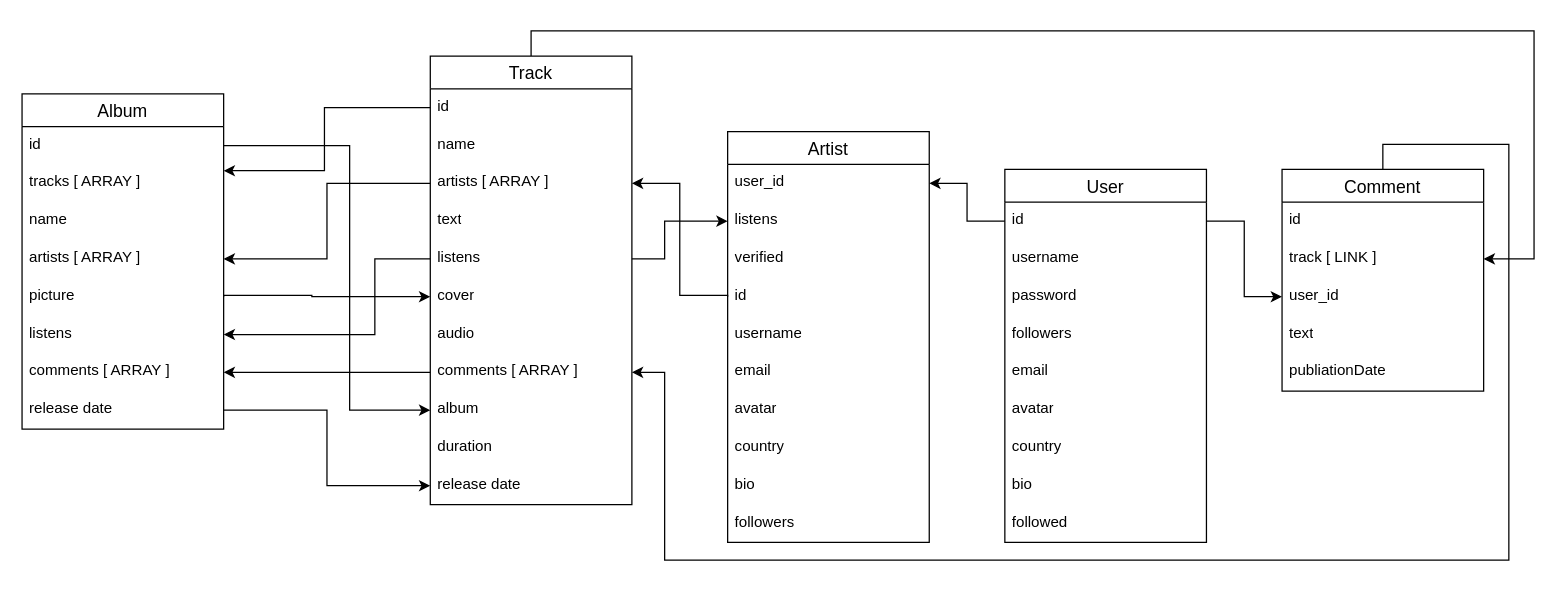
The draw.io diagram server/music-playground.drawio in Lordpluha/spotify-clone, before the edit. Source tidied: cells renumbered, new cells numbered last; positions are measured from the earlier drawing's top-left corner, leaving out a move shared by most shapes. Both pictures are drawn from the tidied source at 126%, with x=0, y=0 at pixel (21, 30).
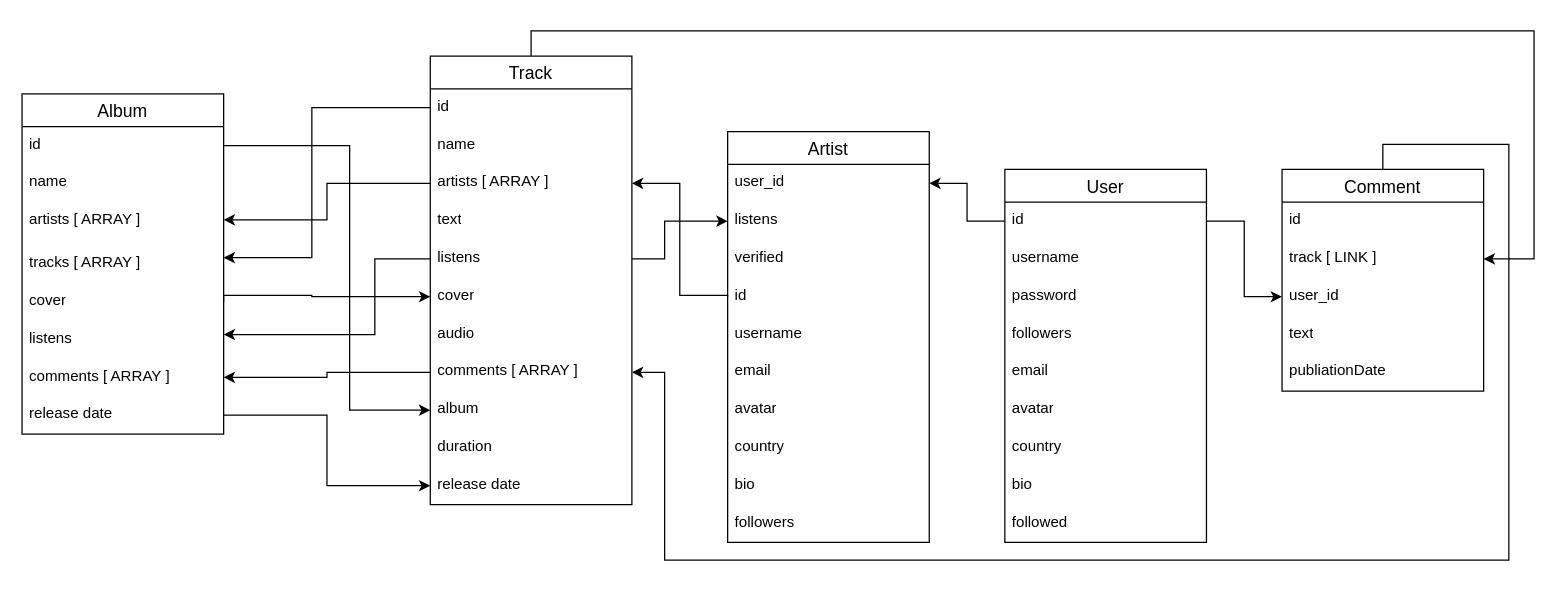
After the change.

Unchanged cells that the change refers to:
```xml
<mxCell id="40" value="id" style="text;strokeColor=none;fillColor=none;spacingLeft=4;spacingRight=4;overflow=hidden;points=[[0,0.5],[1,0.5]];portConstraint=eastwest;fontSize=12;whiteSpace=wrap;html=1;" parent="39" vertex="1">
  <mxGeometry y="26" width="160" height="30" as="geometry" />
</mxCell>
<mxCell id="42" value="artists [ ARRAY ]" style="text;strokeColor=none;fillColor=none;spacingLeft=4;spacingRight=4;overflow=hidden;points=[[0,0.5],[1,0.5]];portConstraint=eastwest;fontSize=12;whiteSpace=wrap;html=1;" parent="39" vertex="1">
  <mxGeometry y="86" width="160" height="30" as="geometry" />
</mxCell>
```

What changed in the source:
```diff
@@
     <mxCell id="3" value="Album" style="swimlane;fontStyle=0;horizontal=1;startSize=26;align=center;fontSize=14;" parent="1" vertex="1">
-      <mxGeometry y="50" width="160" height="266" as="geometry" />
+      <mxGeometry y="50" width="160" height="270" as="geometry" />
     </mxCell>
@@
-    <mxCell id="5" value="tracks [ ARRAY ]" style="text;strokeColor=none;fillColor=none;spacingLeft=4;spacingRight=4;overflow=hidden;points=[[0,0.5],[1,0.5]];portConstraint=eastwest;fontSize=12;whiteSpace=wrap;html=1;" parent="3" vertex="1">
-      <mxGeometry y="56" width="160" height="30" as="geometry" />
-    </mxCell>
     <mxCell id="6" value="name" style="text;strokeColor=none;fillColor=none;spacingLeft=4;spacingRight=4;overflow=hidden;fontSize=12;whiteSpace=wrap;html=1;" parent="3" vertex="1">
-      <mxGeometry y="86" width="160" height="30" as="geometry" />
+      <mxGeometry y="56" width="160" height="30" as="geometry" />
     </mxCell>
     <mxCell id="7" value="artists [ ARRAY ]" style="text;strokeColor=none;fillColor=none;spacingLeft=4;spacingRight=4;overflow=hidden;points=[[0,0.5],[1,0.5]];portConstraint=eastwest;fontSize=12;whiteSpace=wrap;html=1;" parent="3" vertex="1">
-      <mxGeometry y="116" width="160" height="30" as="geometry" />
+      <mxGeometry y="86" width="160" height="34" as="geometry" />
     </mxCell>
+    <mxCell id="5" value="tracks [ ARRAY ]" style="text;strokeColor=none;fillColor=none;spacingLeft=4;spacingRight=4;overflow=hidden;points=[[0,0.5],[1,0.5]];portConstraint=eastwest;fontSize=12;whiteSpace=wrap;html=1;" parent="3" vertex="1">
+      <mxGeometry y="120" width="160" height="30" as="geometry" />
+    </mxCell>
-    <mxCell id="8" value="picture" style="text;strokeColor=none;fillColor=none;spacingLeft=4;spacingRight=4;overflow=hidden;points=[[0,0.5],[1,0.5]];portConstraint=eastwest;fontSize=12;whiteSpace=wrap;html=1;" parent="3" vertex="1">
-      <mxGeometry y="146" width="160" height="30" as="geometry" />
+    <mxCell id="8" value="cover" style="text;strokeColor=none;fillColor=none;spacingLeft=4;spacingRight=4;overflow=hidden;points=[[0,0.5],[1,0.5]];portConstraint=eastwest;fontSize=12;whiteSpace=wrap;html=1;" parent="3" vertex="1">
+      <mxGeometry y="150" width="160" height="30" as="geometry" />
     </mxCell>
     <mxCell id="9" value="listens" style="text;strokeColor=none;fillColor=none;spacingLeft=4;spacingRight=4;overflow=hidden;points=[[0,0.5],[1,0.5]];portConstraint=eastwest;fontSize=12;whiteSpace=wrap;html=1;" parent="3" vertex="1">
-      <mxGeometry y="176" width="160" height="30" as="geometry" />
+      <mxGeometry y="180" width="160" height="30" as="geometry" />
     </mxCell>
     <mxCell id="10" value="comments [ ARRAY ]" style="text;strokeColor=none;fillColor=none;spacingLeft=4;spacingRight=4;overflow=hidden;points=[[0,0.5],[1,0.5]];portConstraint=eastwest;fontSize=12;whiteSpace=wrap;html=1;" parent="3" vertex="1">
-      <mxGeometry y="206" width="160" height="30" as="geometry" />
+      <mxGeometry y="210" width="160" height="30" as="geometry" />
     </mxCell>
     <mxCell id="11" value="release date" style="text;strokeColor=none;fillColor=none;spacingLeft=4;spacingRight=4;overflow=hidden;points=[[0,0.5],[1,0.5]];portConstraint=eastwest;fontSize=12;whiteSpace=wrap;html=1;" parent="3" vertex="1">
-      <mxGeometry y="236" width="160" height="30" as="geometry" />
+      <mxGeometry y="240" width="160" height="30" as="geometry" />
     </mxCell>
@@
     <mxCell id="51" style="edgeStyle=orthogonalEdgeStyle;rounded=0;jettySize=auto;html=1;exitX=0;exitY=0.5;exitDx=0;exitDy=0;" parent="1" edge="1" source="40" target="5">
       <mxGeometry relative="1" as="geometry">
         <Array as="points">
-          <mxPoint x="240" y="61" />
-          <mxPoint x="240" y="111" />
+          <mxPoint x="230" y="61" />
+          <mxPoint x="230" y="180" />
         </Array>
       </mxGeometry>
     </mxCell>
@@
     <mxCell id="53" style="edgeStyle=orthogonalEdgeStyle;rounded=0;jettySize=auto;html=1;exitX=0;exitY=0.5;exitDx=0;exitDy=0;" parent="1" edge="1" source="42" target="7">
-      <mxGeometry relative="1" as="geometry" />
+      <mxGeometry relative="1" as="geometry">
+        <Array as="points">
+          <mxPoint x="242" y="121" />
+          <mxPoint x="242" y="150" />
+        </Array>
+      </mxGeometry>
     </mxCell>
```
